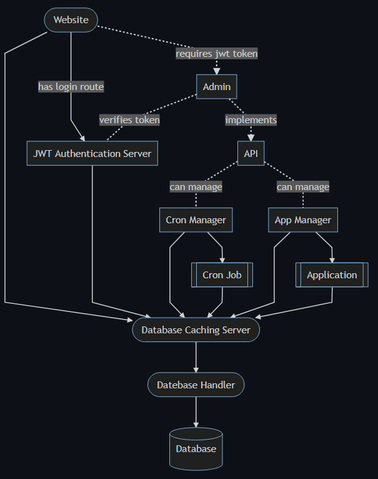
The Mermaid diagram diagrams/domain.png in olivernybo/leviathan, before a commit. Its source is kept beside it as diagrams/domain.mmd.
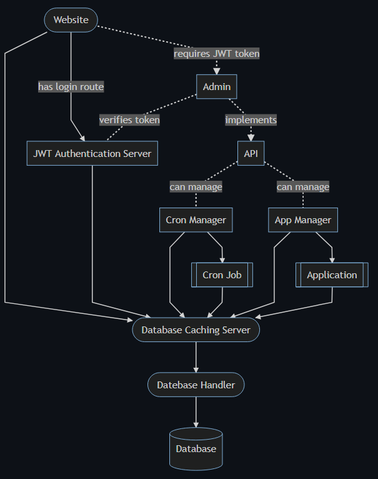
Later version of the same file.

Commit message:
capital "JWT" in domain diagram

Change to the diagram source:
```diff
@@ -12,7 +12,7 @@
 	app[[Application]]
 
 	web-->dbcache
-	web-.->|requires jwt token|admin
+	web-.->|requires JWT token|admin
 	web-->|has login route|jwt
 	admin-.-|verifies token|jwt
 	admin-.->|implements|api
```
